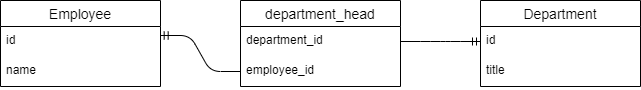
SamayaA/Netologia keeps this draw.io diagram as SQL/homework_2/diagram to additional task.png. Above is the earlier version. Source tidied: cells renumbered, new cells last; positions are measured from the earlier drawing's top-left corner, leaving out a move shared by most shapes.
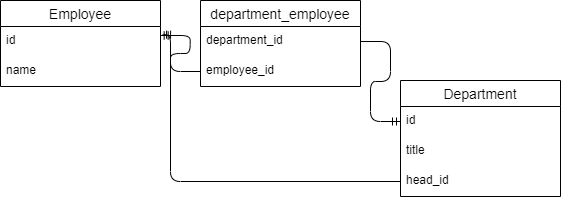
Later version of the same file.

Commit message:
added head to department

What changed in the source:
```diff
@@ -3,7 +3,7 @@
     <mxCell id="0" />
     <mxCell id="1" parent="0" />
     <mxCell id="2" value="Department" style="swimlane;fontStyle=0;horizontal=1;startSize=26;align=center;fontSize=14;" parent="1" vertex="1">
-      <mxGeometry x="480" width="160" height="86" as="geometry" />
+      <mxGeometry x="400" y="80" width="160" height="116" as="geometry" />
     </mxCell>
     <mxCell id="3" value="id" style="text;strokeColor=none;fillColor=none;spacingLeft=4;spacingRight=4;overflow=hidden;points=[[0,0.5],[1,0.5]];portConstraint=eastwest;fontSize=12;" parent="2" vertex="1">
       <mxGeometry y="26" width="160" height="30" as="geometry" />
@@ -11,6 +11,9 @@
     <mxCell id="4" value="title" style="text;strokeColor=none;fillColor=none;spacingLeft=4;spacingRight=4;overflow=hidden;fontSize=12;" parent="2" vertex="1">
       <mxGeometry y="56" width="160" height="30" as="geometry" />
     </mxCell>
+    <mxCell id="13" value="head_id" style="text;strokeColor=none;fillColor=none;spacingLeft=4;spacingRight=4;overflow=hidden;points=[[0,0.5],[1,0.5]];portConstraint=eastwest;fontSize=12;" parent="2" vertex="1">
+      <mxGeometry y="86" width="160" height="30" as="geometry" />
+    </mxCell>
     <mxCell id="5" value="Employee" style="swimlane;fontStyle=0;horizontal=1;startSize=26;align=center;fontSize=14;" parent="1" vertex="1">
       <mxGeometry width="160" height="86" as="geometry" />
     </mxCell>
@@ -20,8 +23,8 @@
     <mxCell id="7" value="name" style="text;strokeColor=none;fillColor=none;spacingLeft=4;spacingRight=4;overflow=hidden;fontSize=12;" parent="5" vertex="1">
       <mxGeometry y="56" width="160" height="30" as="geometry" />
     </mxCell>
-    <mxCell id="8" value="department_head" style="swimlane;fontStyle=0;horizontal=1;startSize=26;align=center;fontSize=14;" parent="1" vertex="1">
-      <mxGeometry x="240" width="160" height="86" as="geometry" />
+    <mxCell id="8" value="department_employee" style="swimlane;fontStyle=0;horizontal=1;startSize=26;align=center;fontSize=14;" parent="1" vertex="1">
+      <mxGeometry x="200" width="160" height="86" as="geometry" />
     </mxCell>
     <mxCell id="9" value="department_id" style="text;strokeColor=none;fillColor=none;spacingLeft=4;spacingRight=4;overflow=hidden;points=[[0,0.5],[1,0.5]];portConstraint=eastwest;fontSize=12;" parent="8" vertex="1">
       <mxGeometry y="26" width="160" height="30" as="geometry" />
@@ -35,5 +38,12 @@
     <mxCell id="12" style="edgeStyle=entityRelationEdgeStyle;fontSize=12;html=1;endArrow=ERmandOne;exitX=1;exitY=0.5;exitDx=0;exitDy=0;entryX=0;entryY=0.5;entryDx=0;entryDy=0;" parent="1" edge="1" source="9" target="3">
       <mxGeometry relative="1" as="geometry" />
     </mxCell>
+    <mxCell id="14" style="edgeStyle=elbowEdgeStyle;fontSize=12;html=1;endArrow=ERmandOne;exitX=0;exitY=0.5;exitDx=0;exitDy=0;entryX=1.013;entryY=0.273;entryDx=0;entryDy=0;entryPerimeter=0;" parent="1" edge="1" source="13" target="6">
+      <mxGeometry relative="1" as="geometry">
+        <Array as="points">
+          <mxPoint x="170" y="100" />
+        </Array>
+      </mxGeometry>
+    </mxCell>
   </root>
 </mxGraphModel>
```
